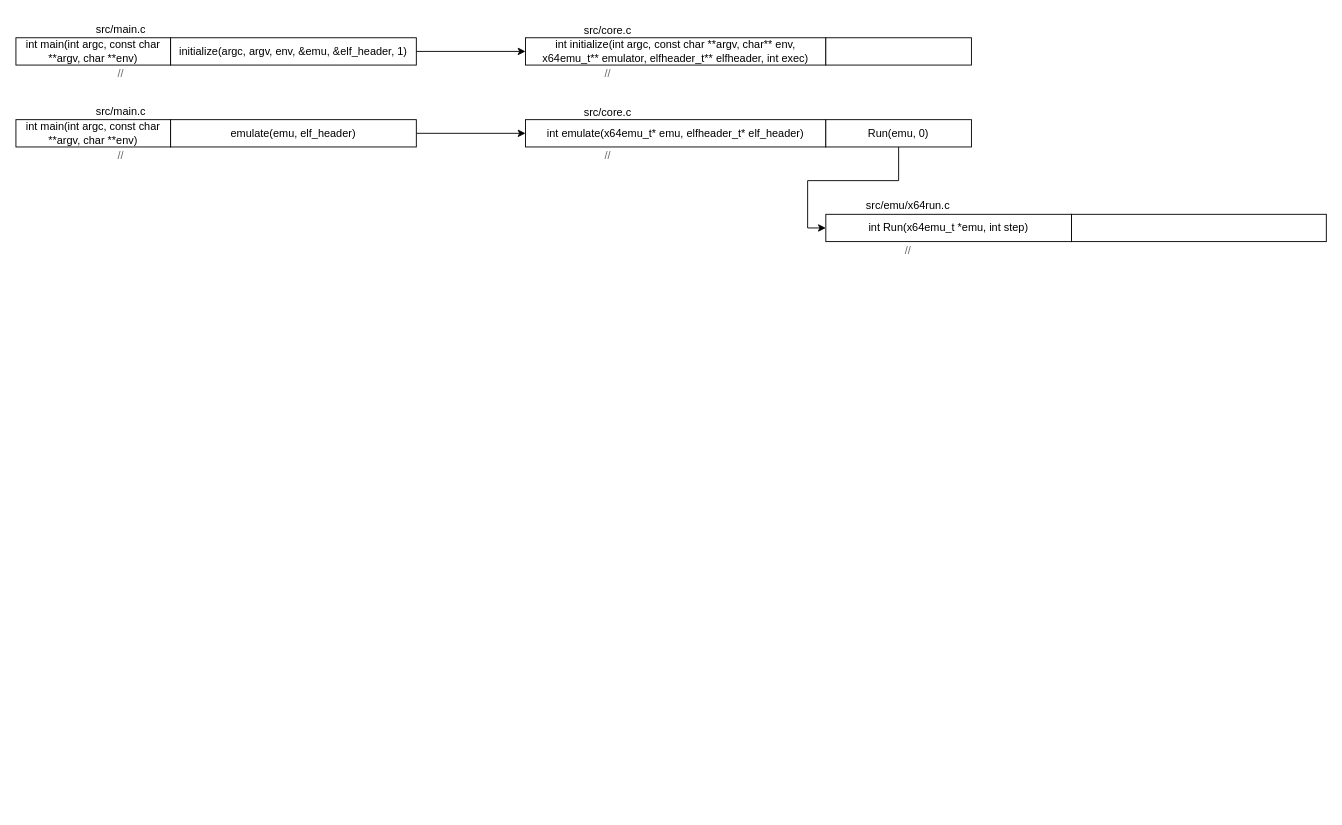
wangguidong1999/drawio_picture keeps this draw.io diagram as box64_workflow.drawio. Above is the earlier version. Source tidied: cells renumbered, new cells numbered last; positions are measured from the earlier drawing's top-left corner, leaving out a move shared by most shapes. Both pictures are drawn from the tidied source at 91%, with x=0, y=0 at pixel (15, 15).
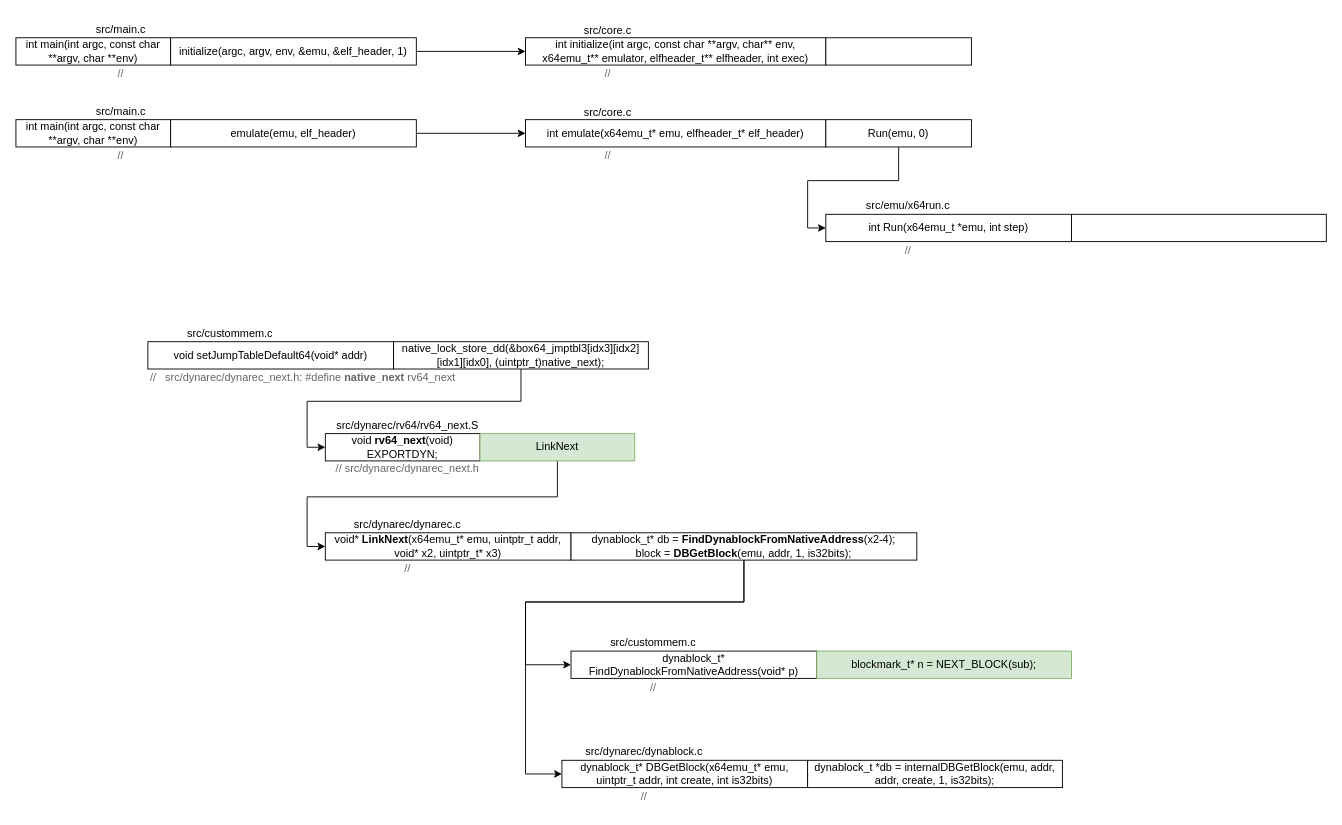
The same diagram, later.

Diff of the diagram source:
```diff
@@
+    <mxCell id="25" value="void* &lt;b&gt;LinkNext&lt;/b&gt;(x64emu_t* emu, uintptr_t addr, void* x2, uintptr_t* x3)" style="rounded=0;whiteSpace=wrap;html=1;" parent="1" vertex="1">
+      <mxGeometry x="340" y="568" width="270" height="30" as="geometry" />
+    </mxCell>
+    <mxCell id="26" style="edgeStyle=orthogonalEdgeStyle;rounded=0;jettySize=auto;html=1;exitX=0.5;exitY=1;exitDx=0;exitDy=0;entryX=0;entryY=0.5;entryDx=0;entryDy=0;" parent="1" edge="1" source="28" target="41">
+      <mxGeometry relative="1" as="geometry">
+        <Array as="points">
+          <mxPoint x="800" y="644" />
+          <mxPoint x="560" y="644" />
+          <mxPoint x="560" y="713" />
+        </Array>
+      </mxGeometry>
+    </mxCell>
+    <mxCell id="27" style="edgeStyle=orthogonalEdgeStyle;rounded=0;jettySize=auto;html=1;entryX=0;entryY=0.5;entryDx=0;entryDy=0;" parent="1" edge="1" source="28" target="45">
+      <mxGeometry relative="1" as="geometry">
+        <Array as="points">
+          <mxPoint x="800" y="644" />
+          <mxPoint x="560" y="644" />
+          <mxPoint x="560" y="833" />
+        </Array>
+      </mxGeometry>
+    </mxCell>
+    <mxCell id="28" value="dynablock_t* db = &lt;b&gt;FindDynablockFromNativeAddress&lt;/b&gt;(x2-4);&lt;div&gt;block = &lt;b&gt;DBGetBlock&lt;/b&gt;(emu, addr, 1, is32bits);&lt;br&gt;&lt;/div&gt;" style="rounded=0;whiteSpace=wrap;html=1;" parent="1" vertex="1">
+      <mxGeometry x="610" y="568" width="380" height="30" as="geometry" />
+    </mxCell>
+    <mxCell id="29" value="src/dynarec/dynarec.c" style="text;html=1;align=center;verticalAlign=middle;strokeColor=none;fillColor=none;" parent="1" vertex="1">
+      <mxGeometry x="360" y="544" width="140" height="30" as="geometry" />
+    </mxCell>
+    <mxCell id="30" value="//" style="text;html=1;align=center;verticalAlign=middle;strokeColor=none;fillColor=none;fontColor=#666666;" parent="1" vertex="1">
+      <mxGeometry x="415" y="593" width="30" height="30" as="geometry" />
+    </mxCell>
+    <mxCell id="31" value="&lt;div&gt;void &lt;b&gt;rv64_next&lt;/b&gt;(void) EXPORTDYN;&lt;/div&gt;" style="rounded=0;whiteSpace=wrap;html=1;" parent="1" vertex="1">
+      <mxGeometry x="340" y="459" width="170" height="30" as="geometry" />
+    </mxCell>
+    <mxCell id="32" style="edgeStyle=orthogonalEdgeStyle;rounded=0;jettySize=auto;html=1;entryX=0;entryY=0.5;entryDx=0;entryDy=0;" parent="1" edge="1" source="33" target="25">
+      <mxGeometry relative="1" as="geometry" />
+    </mxCell>
+    <mxCell id="33" value="LinkNext" style="rounded=0;whiteSpace=wrap;html=1;fillColor=#d5e8d4;strokeColor=#82b366;" parent="1" vertex="1">
+      <mxGeometry x="510" y="459" width="170" height="30" as="geometry" />
+    </mxCell>
+    <mxCell id="34" value="src/dynarec/rv64/rv64_next.S" style="text;html=1;align=center;verticalAlign=middle;strokeColor=none;fillColor=none;" parent="1" vertex="1">
+      <mxGeometry x="340" y="435" width="180" height="30" as="geometry" />
+    </mxCell>
+    <mxCell id="35" value="//&amp;nbsp;src/dynarec/dynarec_next.h" style="text;html=1;align=center;verticalAlign=middle;strokeColor=none;fillColor=none;fontColor=#666666;" parent="1" vertex="1">
+      <mxGeometry x="340" y="483" width="180" height="30" as="geometry" />
+    </mxCell>
+    <mxCell id="36" value="void setJumpTableDefault64(void* addr)" style="rounded=0;whiteSpace=wrap;html=1;" parent="1" vertex="1">
+      <mxGeometry x="145" y="358" width="270" height="30" as="geometry" />
+    </mxCell>
+    <mxCell id="37" style="edgeStyle=orthogonalEdgeStyle;rounded=0;jettySize=auto;html=1;entryX=0;entryY=0.5;entryDx=0;entryDy=0;" parent="1" edge="1" source="38" target="31">
+      <mxGeometry relative="1" as="geometry" />
+    </mxCell>
+    <mxCell id="38" value="native_lock_store_dd(&amp;amp;box64_jmptbl3[idx3][idx2][idx1][idx0], (uintptr_t)native_next);" style="rounded=0;whiteSpace=wrap;html=1;" parent="1" vertex="1">
+      <mxGeometry x="415" y="358" width="280" height="30" as="geometry" />
+    </mxCell>
+    <mxCell id="39" value="src/custommem.c" style="text;html=1;align=center;verticalAlign=middle;strokeColor=none;fillColor=none;" parent="1" vertex="1">
+      <mxGeometry x="175" y="334" width="120" height="30" as="geometry" />
+    </mxCell>
+    <mxCell id="40" value="//&amp;nbsp; &amp;nbsp;src/dynarec/dynarec_next.h: #define &lt;b&gt;native_next &lt;/b&gt;rv64_next" style="text;html=1;align=center;verticalAlign=middle;strokeColor=none;fillColor=none;fontColor=#666666;" parent="1" vertex="1">
+      <mxGeometry x="135" y="383" width="360" height="30" as="geometry" />
+    </mxCell>
+    <mxCell id="41" value="dynablock_t* FindDynablockFromNativeAddress(void* p)" style="rounded=0;whiteSpace=wrap;html=1;" parent="1" vertex="1">
+      <mxGeometry x="610" y="698" width="270" height="30" as="geometry" />
+    </mxCell>
+    <mxCell id="42" value="blockmark_t* n = NEXT_BLOCK(sub);" style="rounded=0;whiteSpace=wrap;html=1;fillColor=#d5e8d4;strokeColor=#82b366;" parent="1" vertex="1">
+      <mxGeometry x="880" y="698" width="280" height="30" as="geometry" />
+    </mxCell>
+    <mxCell id="43" value="src/custommem.c" style="text;html=1;align=center;verticalAlign=middle;strokeColor=none;fillColor=none;" parent="1" vertex="1">
+      <mxGeometry x="640" y="674" width="120" height="30" as="geometry" />
+    </mxCell>
+    <mxCell id="44" value="//" style="text;html=1;align=center;verticalAlign=middle;strokeColor=none;fillColor=none;fontColor=#666666;" parent="1" vertex="1">
+      <mxGeometry x="685" y="723" width="30" height="30" as="geometry" />
+    </mxCell>
+    <mxCell id="45" value="dynablock_t* DBGetBlock(x64emu_t* emu, uintptr_t addr, int create, int is32bits)" style="rounded=0;whiteSpace=wrap;html=1;" parent="1" vertex="1">
+      <mxGeometry x="600" y="818" width="270" height="30" as="geometry" />
+    </mxCell>
+    <mxCell id="46" value="dynablock_t *db = internalDBGetBlock(emu, addr, addr, create, 1, is32bits);" style="rounded=0;whiteSpace=wrap;html=1;" parent="1" vertex="1">
+      <mxGeometry x="870" y="818" width="280" height="30" as="geometry" />
+    </mxCell>
+    <mxCell id="47" value="src/dynarec/dynablock.c" style="text;html=1;align=center;verticalAlign=middle;strokeColor=none;fillColor=none;" parent="1" vertex="1">
+      <mxGeometry x="615" y="794" width="150" height="30" as="geometry" />
+    </mxCell>
+    <mxCell id="48" value="//" style="text;html=1;align=center;verticalAlign=middle;strokeColor=none;fillColor=none;fontColor=#666666;" parent="1" vertex="1">
+      <mxGeometry x="675" y="843" width="30" height="30" as="geometry" />
+    </mxCell>
```
